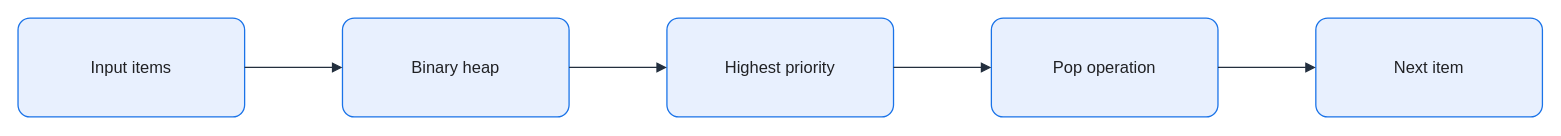
Earlier version of the draw.io diagram assets/img/data-structures/priority-queue-heap-flow.drawio (KKamJi98/kkamji98.github.io). Source tidied: cells renumbered, new cells numbered last; positions are measured from the earlier drawing's top-left corner, leaving out a move shared by most shapes. Both pictures are drawn from the tidied source at 103%, with x=0, y=0 at pixel (18, 18).
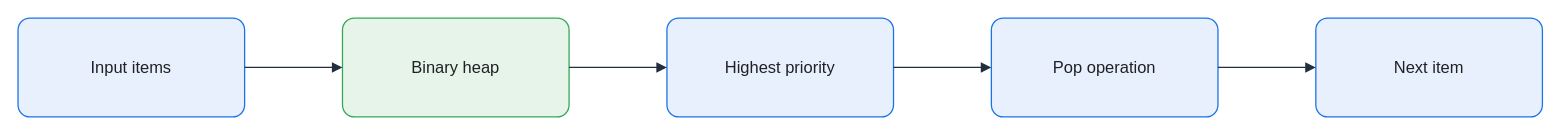
The same page after the edit.

The edit, as a diff of the source:
```diff
@@
 <mxGraphModel background="#FFFFFF">
   <root>
     <mxCell id="0" />
     <mxCell id="1" parent="0" />
     <mxCell id="2" value="Input items" style="rounded=1;arcSize=12;whiteSpace=wrap;html=0;fillColor=#E8F0FE;strokeColor=#1A73E8;strokeWidth=1.25;fontColor=#202124;fontSize=16;align=center;verticalAlign=middle;spacing=8;shadow=0;" parent="1" vertex="1">
       <mxGeometry width="220" height="96" as="geometry" />
     </mxCell>
-    <mxCell id="3" value="Binary heap" style="rounded=1;arcSize=12;whiteSpace=wrap;html=0;fillColor=#E8F0FE;strokeColor=#1A73E8;strokeWidth=1.25;fontColor=#202124;fontSize=16;align=center;verticalAlign=middle;spacing=8;shadow=0;" parent="1" vertex="1">
+    <mxCell id="3" value="Binary heap" style="rounded=1;arcSize=12;whiteSpace=wrap;html=0;fillColor=#E6F4EA;strokeColor=#34A853;strokeWidth=1.25;fontColor=#202124;fontSize=16;align=center;verticalAlign=middle;spacing=8;shadow=0;" parent="1" vertex="1">
       <mxGeometry x="315" width="220" height="96" as="geometry" />
     </mxCell>
     <mxCell id="4" value="Highest priority" style="rounded=1;arcSize=12;whiteSpace=wrap;html=0;fillColor=#E8F0FE;strokeColor=#1A73E8;strokeWidth=1.25;fontColor=#202124;fontSize=16;align=center;verticalAlign=middle;spacing=8;shadow=0;" parent="1" vertex="1">
       <mxGeometry x="630" width="220" height="96" as="geometry" />
     </mxCell>
     <mxCell id="5" value="Pop operation" style="rounded=1;arcSize=12;whiteSpace=wrap;html=0;fillColor=#E8F0FE;strokeColor=#1A73E8;strokeWidth=1.25;fontColor=#202124;fontSize=16;align=center;verticalAlign=middle;spacing=8;shadow=0;" parent="1" vertex="1">
       <mxGeometry x="945" width="220" height="96" as="geometry" />
     </mxCell>
     <mxCell id="6" value="Next item" style="rounded=1;arcSize=12;whiteSpace=wrap;html=0;fillColor=#E8F0FE;strokeColor=#1A73E8;strokeWidth=1.25;fontColor=#202124;fontSize=16;align=center;verticalAlign=middle;spacing=8;shadow=0;" parent="1" vertex="1">
       <mxGeometry x="1260" width="220" height="96" as="geometry" />
     </mxCell>
     <mxCell id="7" style="edgeStyle=orthogonalEdgeStyle;rounded=0;jettySize=auto;html=0;endArrow=block;endFill=1;strokeColor=#232F3E;strokeWidth=1.25;fontColor=#202124;labelBackgroundColor=none;exitX=1;exitY=0.5;exitDx=0;exitDy=0;entryX=0;entryY=0.5;entryDx=0;entryDy=0;endSize=7;" parent="1" edge="1" source="2" target="3">
       <mxGeometry relative="1" as="geometry" />
     </mxCell>
     <mxCell id="8" style="edgeStyle=orthogonalEdgeStyle;rounded=0;jettySize=auto;html=0;endArrow=block;endFill=1;strokeColor=#232F3E;strokeWidth=1.25;fontColor=#202124;labelBackgroundColor=none;exitX=1;exitY=0.5;exitDx=0;exitDy=0;entryX=0;entryY=0.5;entryDx=0;entryDy=0;endSize=7;" parent="1" edge="1" source="3" target="4">
       <mxGeometry relative="1" as="geometry" />
     </mxCell>
     <mxCell id="9" style="edgeStyle=orthogonalEdgeStyle;rounded=0;jettySize=auto;html=0;endArrow=block;endFill=1;strokeColor=#232F3E;strokeWidth=1.25;fontColor=#202124;labelBackgroundColor=none;exitX=1;exitY=0.5;exitDx=0;exitDy=0;entryX=0;entryY=0.5;entryDx=0;entryDy=0;endSize=7;" parent="1" edge="1" source="4" target="5">
       <mxGeometry relative="1" as="geometry" />
     </mxCell>
     <mxCell id="10" style="edgeStyle=orthogonalEdgeStyle;rounded=0;jettySize=auto;html=0;endArrow=block;endFill=1;strokeColor=#232F3E;strokeWidth=1.25;fontColor=#202124;labelBackgroundColor=none;exitX=1;exitY=0.5;exitDx=0;exitDy=0;entryX=0;entryY=0.5;entryDx=0;entryDy=0;endSize=7;" parent="1" edge="1" source="5" target="6">
       <mxGeometry relative="1" as="geometry" />
     </mxCell>
   </root>
 </mxGraphModel>
```
